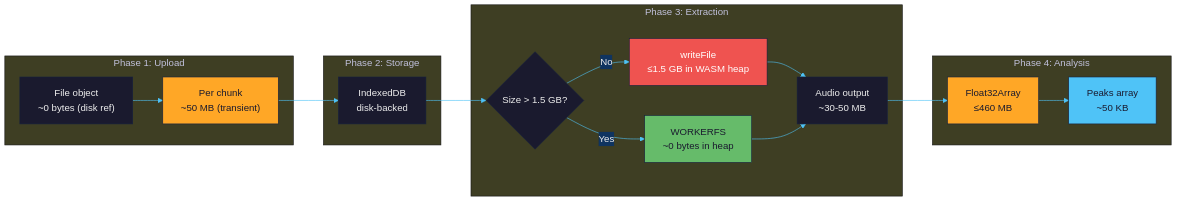
Before: docs/diagrams/07-memory-strategy.png, a diagram exported from Mermaid (gjovanov/audio-waveform). Its source is kept beside it as docs/diagrams/07-memory-strategy.mmd.
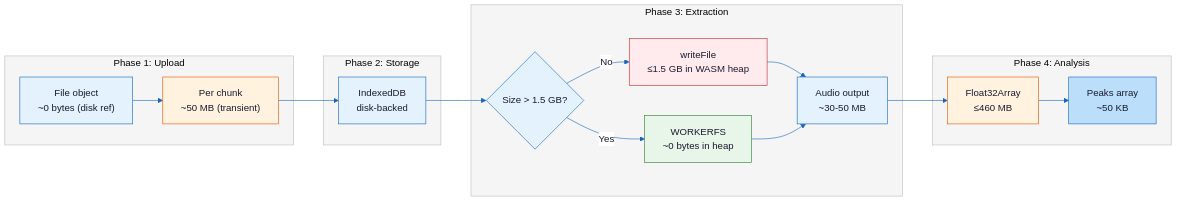
After the commit.

What changed in the source:
```diff
@@ -1,4 +1,4 @@
-%%{init: {'theme': 'base', 'themeVariables': {'primaryColor': '#1a1a2e', 'primaryTextColor': '#eee', 'primaryBorderColor': '#16213e', 'lineColor': '#4fc3f7', 'secondaryColor': '#0f3460'}}}%%
+%%{init: {'theme': 'base', 'themeVariables': {'primaryColor': '#e3f2fd', 'primaryTextColor': '#1a1a2e', 'primaryBorderColor': '#1565c0', 'lineColor': '#1565c0', 'secondaryColor': '#fff3e0', 'background': '#ffffff', 'nodeBorder': '#1565c0', 'clusterBkg': '#f5f5f5', 'clusterBorder': '#bdbdbd', 'edgeLabelBackground': '#ffffff'}}}%%
 graph LR
     subgraph Upload["Phase 1: Upload"]
         U1["File object<br/>~0 bytes (disk ref)"]
@@ -27,8 +27,8 @@
     E1 -->|"Yes"| E3 --> E4
     E4 --> A1 --> A2
 
-    style U2 fill:#ffa726,color:#1a1a2e
-    style E2 fill:#ef5350,color:#fff
-    style E3 fill:#66bb6a,color:#1a1a2e
-    style A1 fill:#ffa726,color:#1a1a2e
-    style A2 fill:#4fc3f7,color:#1a1a2e
+    style U2 fill:#fff3e0,stroke:#e65100,color:#1a1a2e
+    style E2 fill:#ffebee,stroke:#c62828,color:#1a1a2e
+    style E3 fill:#e8f5e9,stroke:#2e7d32,color:#1a1a2e
+    style A1 fill:#fff3e0,stroke:#e65100,color:#1a1a2e
+    style A2 fill:#bbdefb,stroke:#1565c0,color:#1a1a2e
```
